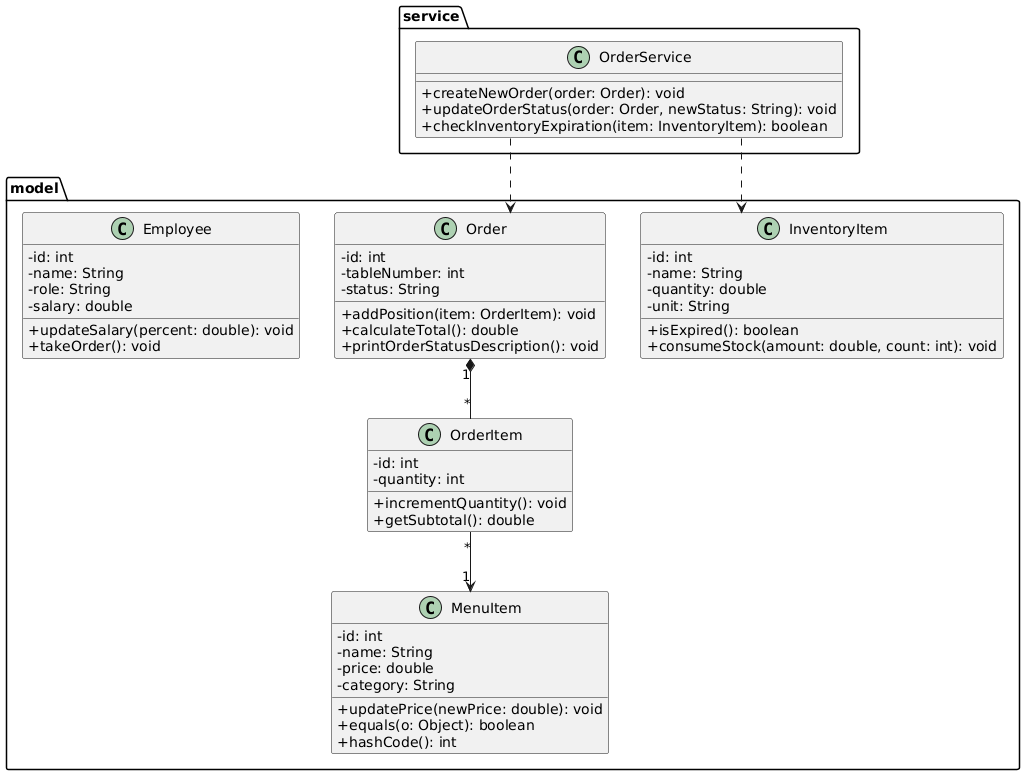
The PlantUML diagram doc/class_diagram.png in NCJavaCode/Java26_Sukhova, before a commit.
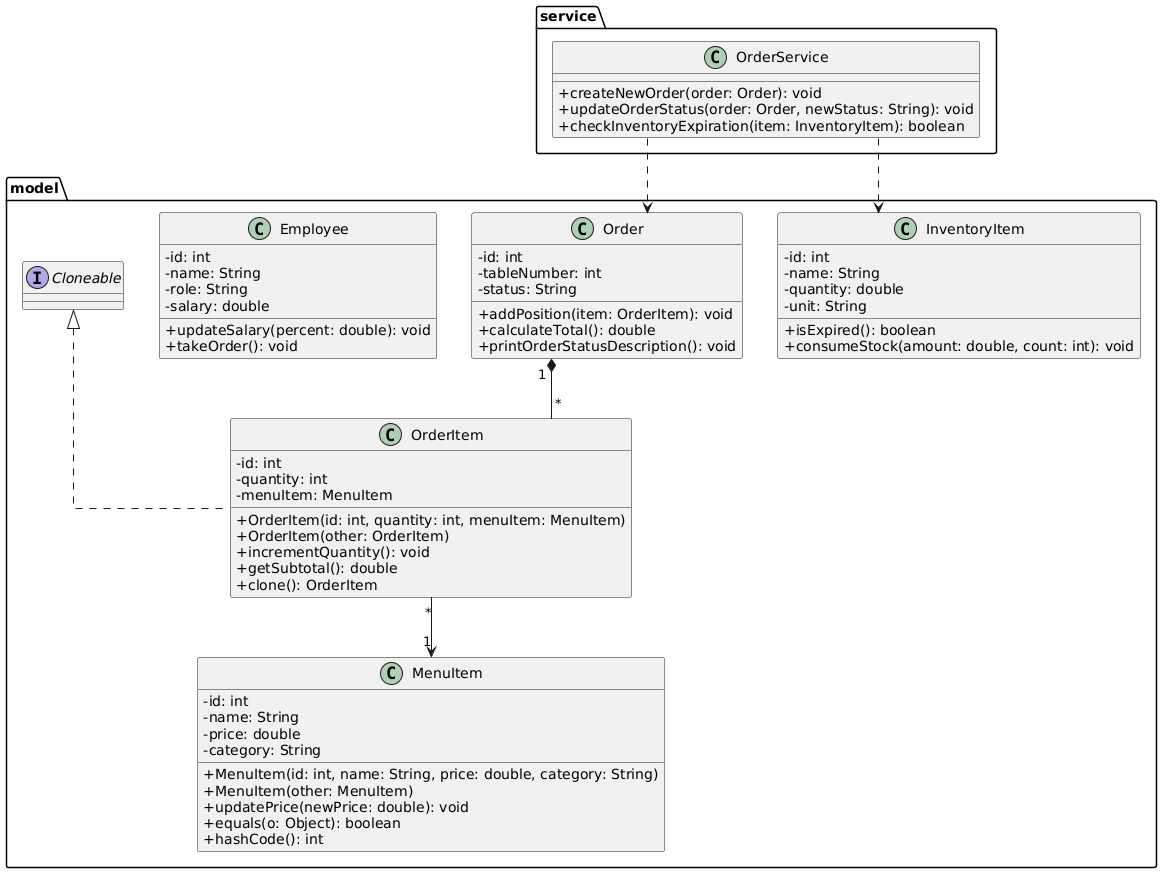
After the change.

The edit, as a diff of the source:
```diff
@@ -12,6 +12,8 @@
 }
 
 package "model" {
+  interface Cloneable
+
   class Employee {
     -id: int
     -name: String
@@ -42,8 +44,12 @@
   class OrderItem {
     -id: int
     -quantity: int
+    -menuItem: MenuItem
+    +OrderItem(id: int, quantity: int, menuItem: MenuItem)
+    +OrderItem(other: OrderItem)
     +incrementQuantity(): void
     +getSubtotal(): double
+    +clone(): OrderItem
   }
 
   class MenuItem {
@@ -51,12 +57,15 @@
     -name: String
     -price: double
     -category: String
+    +MenuItem(id: int, name: String, price: double, category: String)
+    +MenuItem(other: MenuItem)
     +updatePrice(newPrice: double): void
     +equals(o: Object): boolean
     +hashCode(): int
   }
 }
 
+Cloneable <|.. OrderItem
 OrderService ..> Order
 OrderService ..> InventoryItem
 
```
